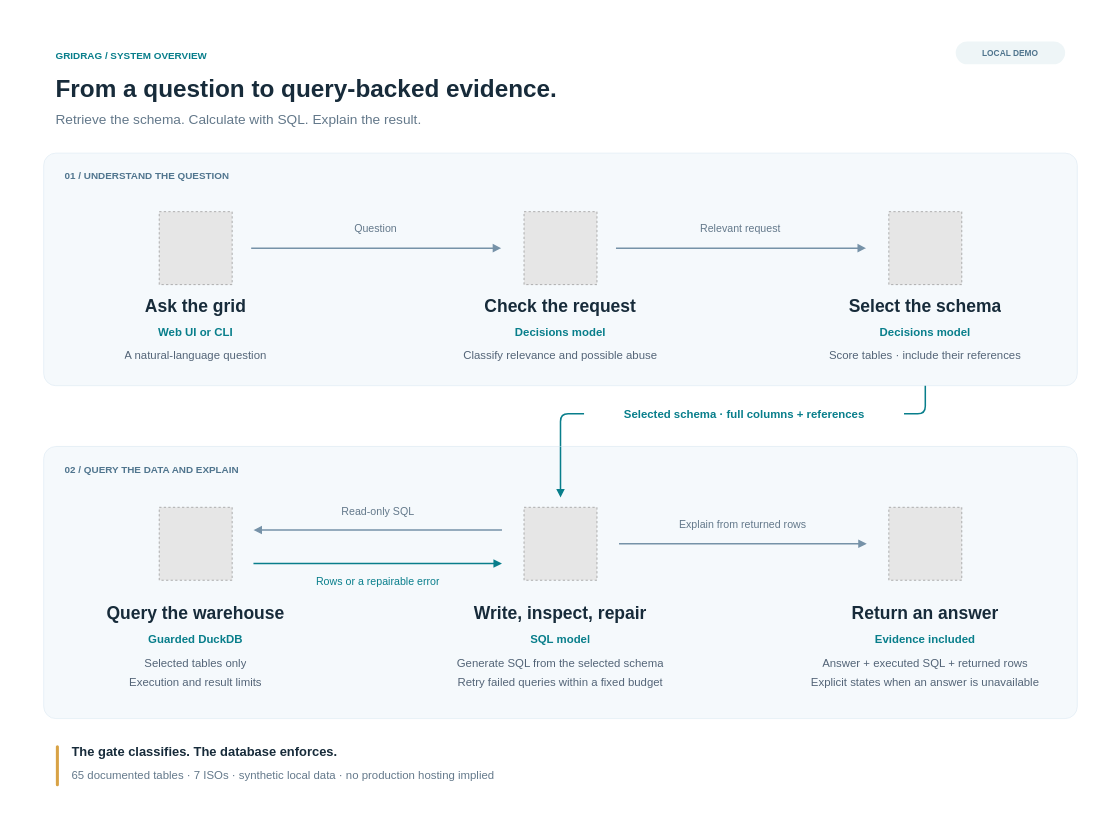
Castaldo327/GridRag keeps this draw.io diagram as docs/architecture.drawio. Above is the earlier version. Source tidied: cells renumbered, new cells numbered last; positions are measured from the earlier drawing's top-left corner, leaving out a move shared by most shapes. Both pictures are drawn from the tidied source at 76%, with x=0, y=0 at pixel (13, 13). Pictures stored in the file or linked from it are replaced by grey dashed boxes.
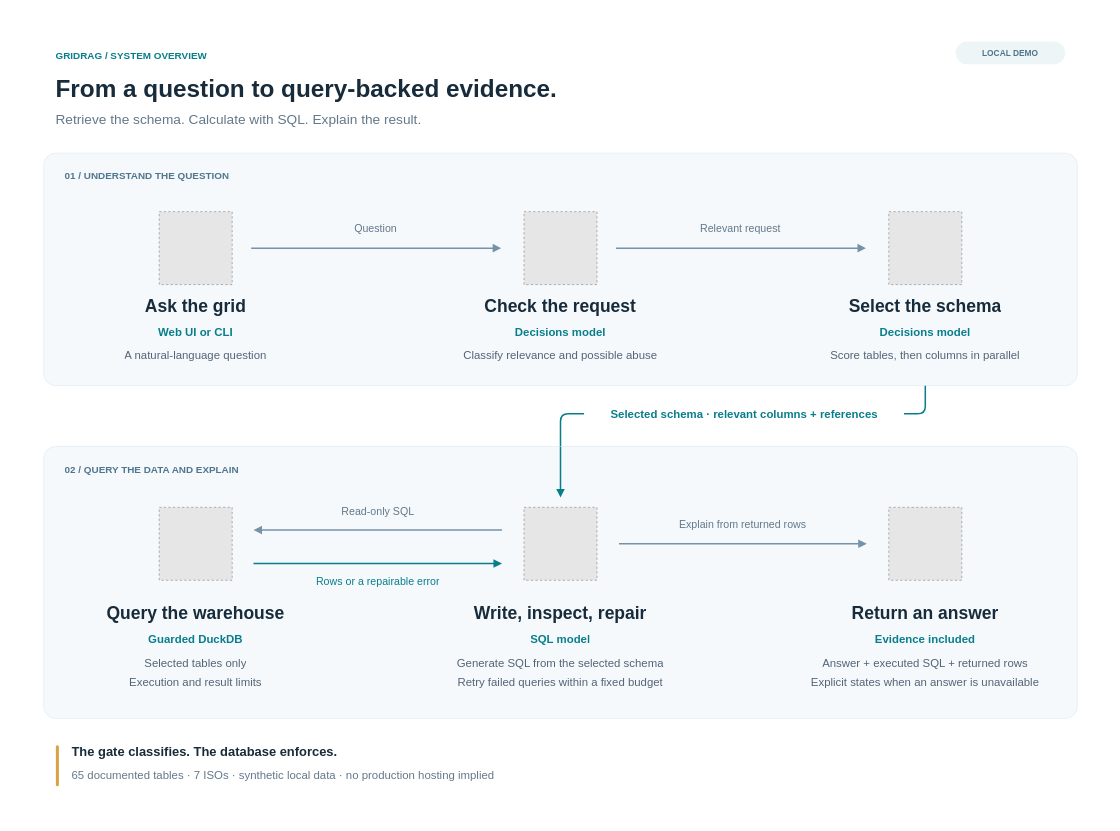
After the change.

What changed in the source:
```diff
@@
-    <mxCell id="25" value="Score tables · include their references" style="text;html=0;align=center;verticalAlign=middle;whiteSpace=wrap;overflow=hidden;fontFamily=Helvetica;fontSize=15;fontColor=#536477;fontStyle=0;spacing=0;" parent="1" vertex="1">
+    <mxCell id="25" value="Score tables, then columns in parallel" style="text;html=0;align=center;verticalAlign=middle;whiteSpace=wrap;overflow=hidden;fontFamily=Helvetica;fontSize=15;fontColor=#536477;fontStyle=0;spacing=0;" parent="1" vertex="1">
       <mxGeometry x="1000" y="440" width="400" height="19.5" as="geometry" />
     </mxCell>
@@
-    <mxCell id="28" value="Selected schema · full columns + references" style="text;html=0;align=center;verticalAlign=middle;whiteSpace=wrap;overflow=hidden;fontFamily=Helvetica;fontSize=15;fontColor=#087E8B;fontStyle=1;spacing=0;" parent="1" vertex="1">
+    <mxCell id="28" value="Selected schema · relevant columns + references" style="text;html=0;align=center;verticalAlign=middle;whiteSpace=wrap;overflow=hidden;fontFamily=Helvetica;fontSize=15;fontColor=#087E8B;fontStyle=1;spacing=0;" parent="1" vertex="1">
       <mxGeometry x="742" y="517" width="440" height="19.5" as="geometry" />
     </mxCell>
```
